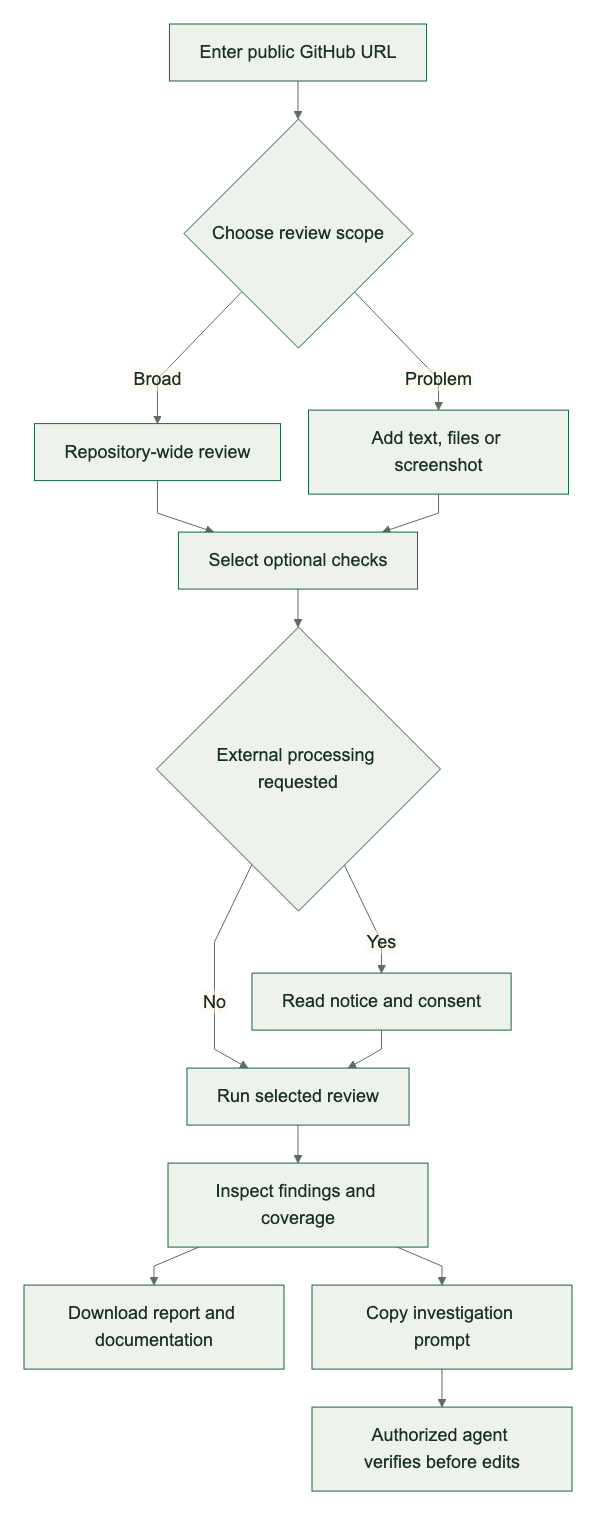
yatharthvishnoi08-max/buglens keeps this Mermaid diagram as docs/assets/diagrams/workflow.png. Above is the earlier version. Its source is kept beside it as docs/assets/diagrams/workflow.mmd.
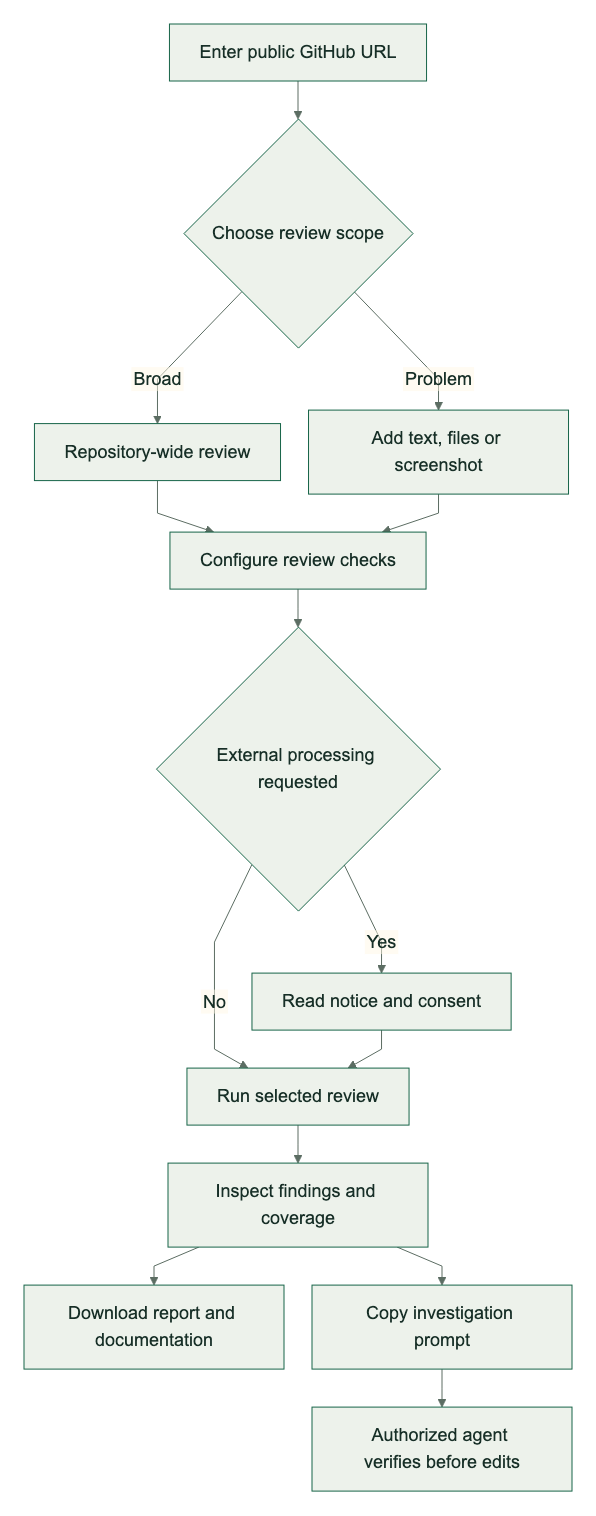
After the commit.

What changed in the source:
```diff
@@ -2,7 +2,7 @@
     startUser["Enter public GitHub URL"] --> chooseMode{"Choose review scope"}
     chooseMode -->|"Broad"| broadReview["Repository-wide review"]
     chooseMode -->|"Problem"| suppliedEvidence["Add text, files or screenshot"]
-    broadReview --> selectChecks["Select optional checks"]
+    broadReview --> selectChecks["Configure review checks"]
     suppliedEvidence --> selectChecks
     selectChecks --> consentCheck{"External processing requested"}
     consentCheck -->|"Yes"| obtainConsent["Read notice and consent"]
```
